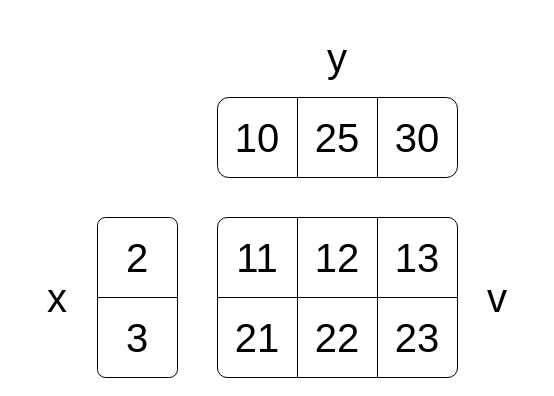
modelica/fmi-ls-struct keeps this draw.io diagram as main/images/regular-2-d.drawio. Above is the earlier version. Source tidied: cells renumbered, new cells numbered last; positions are measured from the earlier drawing's top-left corner, leaving out a move shared by most shapes. Both pictures are drawn from the tidied source at 100%, with x=0, y=0 at pixel (17, 17).
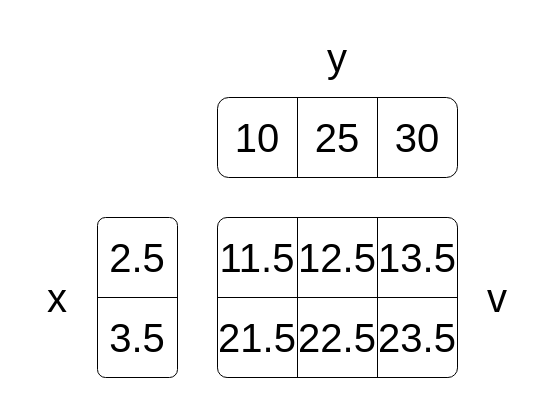
Above is the later version.

Change to the diagram source:
```diff
@@
-    <mxCell id="15" value="2" style="text;html=1;whiteSpace=wrap;strokeColor=none;fillColor=none;align=center;verticalAlign=middle;rounded=0;fontSize=40;" parent="1" vertex="1">
+    <mxCell id="15" value="2.5" style="text;html=1;whiteSpace=wrap;strokeColor=none;fillColor=none;align=center;verticalAlign=middle;rounded=0;fontSize=40;" parent="1" vertex="1">
       <mxGeometry x="80" y="200" width="80" height="80" as="geometry" />
     </mxCell>
-    <mxCell id="16" value="3" style="text;html=1;whiteSpace=wrap;strokeColor=none;fillColor=none;align=center;verticalAlign=middle;rounded=0;fontSize=40;" parent="1" vertex="1">
+    <mxCell id="16" value="3.5" style="text;html=1;whiteSpace=wrap;strokeColor=none;fillColor=none;align=center;verticalAlign=middle;rounded=0;fontSize=40;" parent="1" vertex="1">
       <mxGeometry x="80" y="280" width="80" height="80" as="geometry" />
     </mxCell>
-    <mxCell id="17" value="11" style="text;html=1;whiteSpace=wrap;strokeColor=none;fillColor=none;align=center;verticalAlign=middle;rounded=0;fontSize=40;" parent="1" vertex="1">
+    <mxCell id="17" value="11.5" style="text;html=1;whiteSpace=wrap;strokeColor=none;fillColor=none;align=center;verticalAlign=middle;rounded=0;fontSize=40;" parent="1" vertex="1">
       <mxGeometry x="200" y="200" width="80" height="80" as="geometry" />
     </mxCell>
-    <mxCell id="18" value="12" style="text;html=1;whiteSpace=wrap;strokeColor=none;fillColor=none;align=center;verticalAlign=middle;rounded=0;fontSize=40;" parent="1" vertex="1">
+    <mxCell id="18" value="12.5" style="text;html=1;whiteSpace=wrap;strokeColor=none;fillColor=none;align=center;verticalAlign=middle;rounded=0;fontSize=40;" parent="1" vertex="1">
       <mxGeometry x="280" y="200" width="80" height="80" as="geometry" />
     </mxCell>
-    <mxCell id="19" value="13" style="text;html=1;whiteSpace=wrap;strokeColor=none;fillColor=none;align=center;verticalAlign=middle;rounded=0;fontSize=40;" parent="1" vertex="1">
+    <mxCell id="19" value="13.5" style="text;html=1;whiteSpace=wrap;strokeColor=none;fillColor=none;align=center;verticalAlign=middle;rounded=0;fontSize=40;" parent="1" vertex="1">
       <mxGeometry x="360" y="200" width="80" height="80" as="geometry" />
     </mxCell>
-    <mxCell id="20" value="21" style="text;html=1;whiteSpace=wrap;strokeColor=none;fillColor=none;align=center;verticalAlign=middle;rounded=0;fontSize=40;" parent="1" vertex="1">
+    <mxCell id="20" value="21.5" style="text;html=1;whiteSpace=wrap;strokeColor=none;fillColor=none;align=center;verticalAlign=middle;rounded=0;fontSize=40;" parent="1" vertex="1">
       <mxGeometry x="200" y="280" width="80" height="80" as="geometry" />
     </mxCell>
-    <mxCell id="21" value="22" style="text;html=1;whiteSpace=wrap;strokeColor=none;fillColor=none;align=center;verticalAlign=middle;rounded=0;fontSize=40;" parent="1" vertex="1">
+    <mxCell id="21" value="22.5" style="text;html=1;whiteSpace=wrap;strokeColor=none;fillColor=none;align=center;verticalAlign=middle;rounded=0;fontSize=40;" parent="1" vertex="1">
       <mxGeometry x="280" y="280" width="80" height="80" as="geometry" />
     </mxCell>
-    <mxCell id="22" value="23" style="text;html=1;whiteSpace=wrap;strokeColor=none;fillColor=none;align=center;verticalAlign=middle;rounded=0;fontSize=40;" parent="1" vertex="1">
+    <mxCell id="22" value="23.5" style="text;html=1;whiteSpace=wrap;strokeColor=none;fillColor=none;align=center;verticalAlign=middle;rounded=0;fontSize=40;" parent="1" vertex="1">
       <mxGeometry x="360" y="280" width="80" height="80" as="geometry" />
     </mxCell>
```
